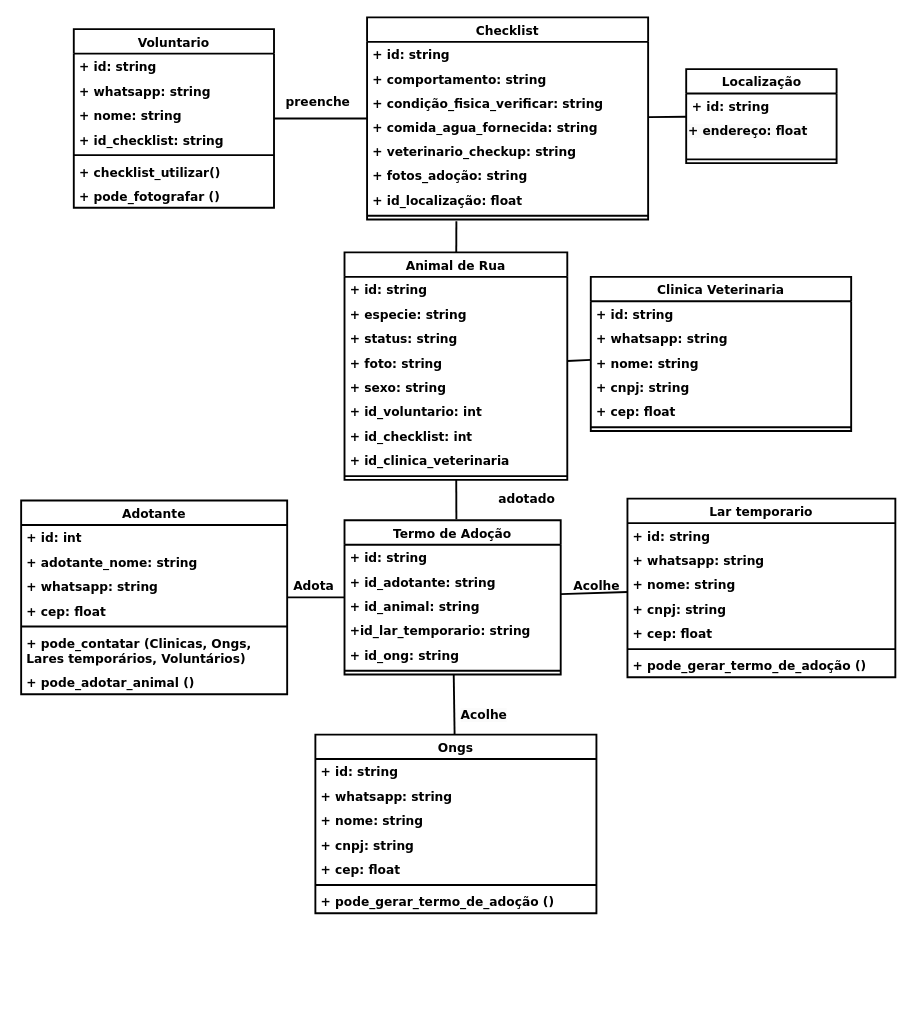
Before: Diagrama classe tcc.drawio in JoaoGans/DRAW.tcc, a draw.io diagram. Source tidied: cells renumbered, new cells numbered last; positions are measured from the earlier drawing's top-left corner, leaving out a move shared by most shapes. Both pictures are drawn from the tidied source at 94%, with x=0, y=0 at pixel (21, 17).
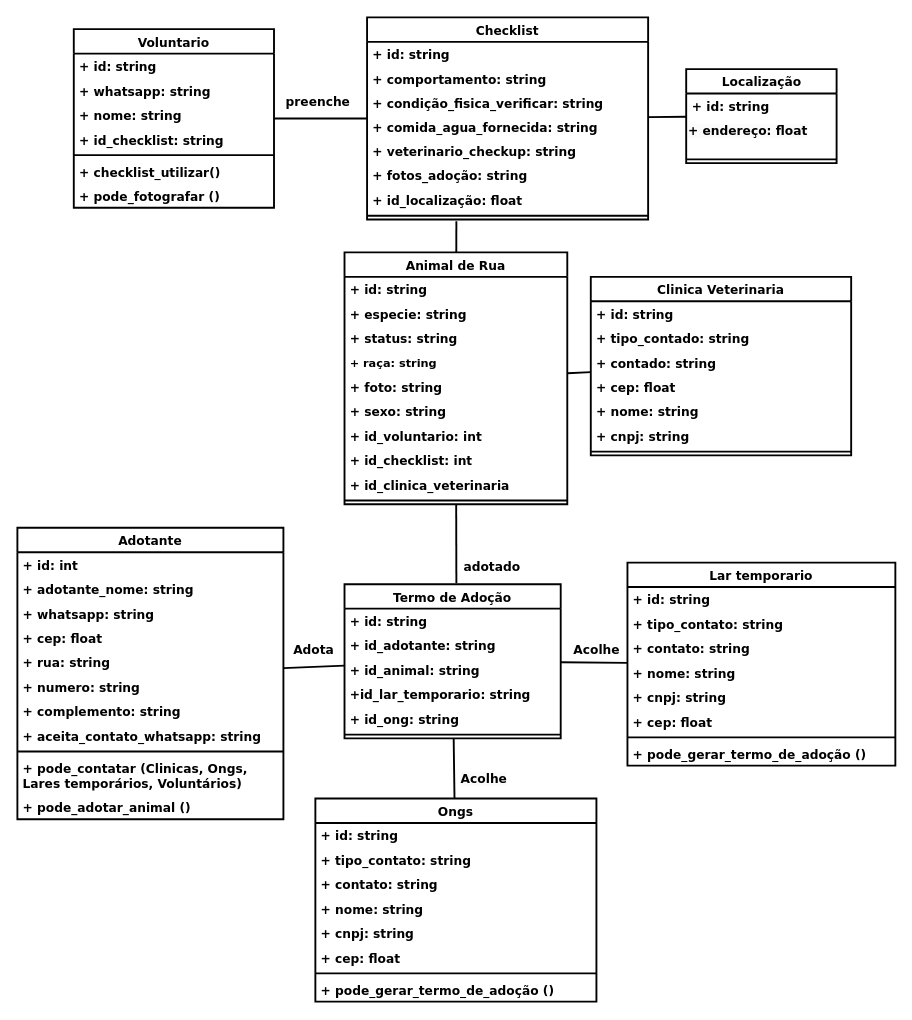
The same page after the edit.

What changed in the source:
```diff
@@
     <mxCell id="23" value="Animal de Rua" style="swimlane;fontStyle=1;align=center;verticalAlign=top;horizontal=1;startSize=26;whiteSpace=wrap;html=1;shadow=0;strokeWidth=2;fontFamily=Verdana;fontSize=13;" parent="1" vertex="1">
-      <mxGeometry x="344" y="250" width="237" height="242" as="geometry" />
+      <mxGeometry x="344" y="250" width="237" height="268" as="geometry" />
     </mxCell>
@@
+    <mxCell id="84" value="&lt;font face=&quot;Verdana&quot;&gt;&lt;b&gt;+ raça: string&lt;/b&gt;&lt;/font&gt;" style="text;strokeColor=none;fillColor=none;align=left;verticalAlign=top;spacingLeft=4;spacingRight=4;overflow=hidden;whiteSpace=wrap;html=1;" parent="23" vertex="1">
+      <mxGeometry y="104" width="237" height="26" as="geometry" />
+    </mxCell>
     <mxCell id="27" value="+ foto: string" style="text;align=left;verticalAlign=top;spacingLeft=4;spacingRight=4;overflow=hidden;whiteSpace=wrap;html=1;shadow=0;strokeWidth=2;fontFamily=Verdana;fontSize=13;fontStyle=1;" parent="23" vertex="1">
-      <mxGeometry y="104" width="237" height="26" as="geometry" />
+      <mxGeometry y="130" width="237" height="26" as="geometry" />
     </mxCell>
     <mxCell id="28" value="+ sexo: string" style="text;align=left;verticalAlign=top;spacingLeft=4;spacingRight=4;overflow=hidden;whiteSpace=wrap;html=1;shadow=0;strokeWidth=2;fontFamily=Verdana;fontSize=13;fontStyle=1;" parent="23" vertex="1">
-      <mxGeometry y="130" width="237" height="26" as="geometry" />
+      <mxGeometry y="156" width="237" height="26" as="geometry" />
     </mxCell>
     <mxCell id="29" value="+ id_voluntario: int" style="text;align=left;verticalAlign=top;spacingLeft=4;spacingRight=4;overflow=hidden;whiteSpace=wrap;html=1;shadow=0;strokeWidth=2;fontFamily=Verdana;fontSize=13;fontStyle=1;" parent="23" vertex="1">
-      <mxGeometry y="156" width="237" height="26" as="geometry" />
+      <mxGeometry y="182" width="237" height="26" as="geometry" />
     </mxCell>
     <mxCell id="30" value="+ id_checklist: int" style="text;align=left;verticalAlign=top;spacingLeft=4;spacingRight=4;overflow=hidden;whiteSpace=wrap;html=1;shadow=0;strokeWidth=2;fontFamily=Verdana;fontSize=13;fontStyle=1;" parent="23" vertex="1">
-      <mxGeometry y="182" width="237" height="26" as="geometry" />
+      <mxGeometry y="208" width="237" height="26" as="geometry" />
     </mxCell>
     <mxCell id="31" value="+ id_clinica_veterinaria" style="text;align=left;verticalAlign=top;spacingLeft=4;spacingRight=4;overflow=hidden;whiteSpace=wrap;html=1;shadow=0;strokeWidth=2;fontFamily=Verdana;fontSize=13;fontStyle=1;" parent="23" vertex="1">
-      <mxGeometry y="208" width="237" height="26" as="geometry" />
+      <mxGeometry y="234" width="237" height="26" as="geometry" />
     </mxCell>
     <mxCell id="32" style="line;strokeWidth=2;align=left;verticalAlign=middle;spacingTop=-1;spacingLeft=3;spacingRight=3;labelPosition=right;shadow=0;fontFamily=Verdana;fontSize=13;fontStyle=1;" parent="23" vertex="1">
-      <mxGeometry y="234" width="237" height="8" as="geometry" />
+      <mxGeometry y="260" width="237" height="8" as="geometry" />
     </mxCell>
     <mxCell id="33" value="Clinica Veterinaria" style="swimlane;fontStyle=1;align=center;verticalAlign=top;horizontal=1;startSize=26;whiteSpace=wrap;html=1;shadow=0;strokeWidth=2;fontFamily=Verdana;fontSize=13;" parent="1" vertex="1">
-      <mxGeometry x="606" y="276" width="277" height="164" as="geometry" />
+      <mxGeometry x="606" y="276" width="277" height="190" as="geometry" />
     </mxCell>
@@
+    <mxCell id="85" value="+ tipo_contado: string" style="text;align=left;verticalAlign=top;spacingLeft=4;spacingRight=4;overflow=hidden;whiteSpace=wrap;html=1;shadow=0;strokeWidth=2;fontFamily=Verdana;fontSize=13;fontStyle=1;" parent="33" vertex="1">
+      <mxGeometry y="52" width="277" height="26" as="geometry" />
+    </mxCell>
-    <mxCell id="35" value="+ whatsapp: string" style="text;align=left;verticalAlign=top;spacingLeft=4;spacingRight=4;overflow=hidden;whiteSpace=wrap;html=1;shadow=0;strokeWidth=2;fontFamily=Verdana;fontSize=13;fontStyle=1;" parent="33" vertex="1">
-      <mxGeometry y="52" width="277" height="26" as="geometry" />
+    <mxCell id="35" value="+ contado: string" style="text;align=left;verticalAlign=top;spacingLeft=4;spacingRight=4;overflow=hidden;whiteSpace=wrap;html=1;shadow=0;strokeWidth=2;fontFamily=Verdana;fontSize=13;fontStyle=1;" parent="33" vertex="1">
+      <mxGeometry y="78" width="277" height="26" as="geometry" />
     </mxCell>
+    <mxCell id="38" value="+ cep: float" style="text;align=left;verticalAlign=top;spacingLeft=4;spacingRight=4;overflow=hidden;whiteSpace=wrap;html=1;shadow=0;strokeWidth=2;fontFamily=Verdana;fontSize=13;fontStyle=1;" parent="33" vertex="1">
+      <mxGeometry y="104" width="277" height="26" as="geometry" />
+    </mxCell>
     <mxCell id="36" value="+ nome: string" style="text;align=left;verticalAlign=top;spacingLeft=4;spacingRight=4;overflow=hidden;whiteSpace=wrap;html=1;shadow=0;strokeWidth=2;fontFamily=Verdana;fontSize=13;fontStyle=1;" parent="33" vertex="1">
-      <mxGeometry y="78" width="277" height="26" as="geometry" />
+      <mxGeometry y="130" width="277" height="26" as="geometry" />
     </mxCell>
     <mxCell id="37" value="+ cnpj: string" style="text;align=left;verticalAlign=top;spacingLeft=4;spacingRight=4;overflow=hidden;whiteSpace=wrap;html=1;shadow=0;strokeWidth=2;fontFamily=Verdana;fontSize=13;fontStyle=1;" parent="33" vertex="1">
-      <mxGeometry y="104" width="277" height="26" as="geometry" />
+      <mxGeometry y="156" width="277" height="26" as="geometry" />
     </mxCell>
-    <mxCell id="38" value="+ cep: float" style="text;align=left;verticalAlign=top;spacingLeft=4;spacingRight=4;overflow=hidden;whiteSpace=wrap;html=1;shadow=0;strokeWidth=2;fontFamily=Verdana;fontSize=13;fontStyle=1;" parent="33" vertex="1">
-      <mxGeometry y="130" width="277" height="26" as="geometry" />
-    </mxCell>
     <mxCell id="39" style="line;strokeWidth=2;align=left;verticalAlign=middle;spacingTop=-1;spacingLeft=3;spacingRight=3;labelPosition=right;shadow=0;fontFamily=Verdana;fontSize=13;fontStyle=1;" parent="33" vertex="1">
-      <mxGeometry y="156" width="277" height="8" as="geometry" />
+      <mxGeometry y="182" width="277" height="8" as="geometry" />
     </mxCell>
     <mxCell id="40" value="Termo de Adoção" style="swimlane;fontStyle=1;align=center;verticalAlign=top;horizontal=1;startSize=26;whiteSpace=wrap;html=1;shadow=0;strokeWidth=2;fontFamily=Verdana;fontSize=13;" parent="1" vertex="1">
-      <mxGeometry x="344" y="535" width="230" height="164" as="geometry" />
+      <mxGeometry x="344" y="603" width="230" height="164" as="geometry" />
     </mxCell>
@@
     <mxCell id="47" value="Adotante" style="swimlane;fontStyle=1;align=center;verticalAlign=top;horizontal=1;startSize=26;whiteSpace=wrap;html=1;shadow=0;strokeWidth=2;fontFamily=Verdana;fontSize=13;" parent="1" vertex="1">
-      <mxGeometry y="514" width="283" height="206" as="geometry" />
+      <mxGeometry x="-4" y="543" width="283" height="310" as="geometry" />
     </mxCell>
@@
+    <mxCell id="86" value="+ rua: string" style="text;align=left;verticalAlign=top;spacingLeft=4;spacingRight=4;overflow=hidden;whiteSpace=wrap;html=1;shadow=0;strokeWidth=2;fontFamily=Verdana;fontSize=13;fontStyle=1;" parent="47" vertex="1">
+      <mxGeometry y="130" width="283" height="26" as="geometry" />
+    </mxCell>
+    <mxCell id="87" value="+ numero: string" style="text;align=left;verticalAlign=top;spacingLeft=4;spacingRight=4;overflow=hidden;whiteSpace=wrap;html=1;shadow=0;strokeWidth=2;fontFamily=Verdana;fontSize=13;fontStyle=1;" parent="47" vertex="1">
+      <mxGeometry y="156" width="283" height="26" as="geometry" />
+    </mxCell>
+    <mxCell id="88" value="+ complemento: string" style="text;align=left;verticalAlign=top;spacingLeft=4;spacingRight=4;overflow=hidden;whiteSpace=wrap;html=1;shadow=0;strokeWidth=2;fontFamily=Verdana;fontSize=13;fontStyle=1;" parent="47" vertex="1">
+      <mxGeometry y="182" width="283" height="26" as="geometry" />
+    </mxCell>
+    <mxCell id="89" value="+ aceita_contato_whatsapp: string" style="text;align=left;verticalAlign=top;spacingLeft=4;spacingRight=4;overflow=hidden;whiteSpace=wrap;html=1;shadow=0;strokeWidth=2;fontFamily=Verdana;fontSize=13;fontStyle=1;" parent="47" vertex="1">
+      <mxGeometry y="208" width="283" height="26" as="geometry" />
+    </mxCell>
     <mxCell id="52" style="line;strokeWidth=2;align=left;verticalAlign=middle;spacingTop=-1;spacingLeft=3;spacingRight=3;labelPosition=right;shadow=0;fontFamily=Verdana;fontSize=13;fontStyle=1;" parent="47" vertex="1">
-      <mxGeometry y="130" width="283" height="8" as="geometry" />
+      <mxGeometry y="234" width="283" height="8" as="geometry" />
     </mxCell>
     <mxCell id="53" value="+ pode_contatar (Clinicas, Ongs, Lares temporários, Voluntários)" style="text;align=left;verticalAlign=top;spacingLeft=4;spacingRight=4;overflow=hidden;whiteSpace=wrap;html=1;shadow=0;strokeWidth=2;fontFamily=Verdana;fontSize=13;fontStyle=1;" parent="47" vertex="1">
-      <mxGeometry y="138" width="283" height="42" as="geometry" />
+      <mxGeometry y="242" width="283" height="42" as="geometry" />
     </mxCell>
     <mxCell id="54" value="+ pode_adotar_animal ()" style="text;align=left;verticalAlign=top;spacingLeft=4;spacingRight=4;overflow=hidden;whiteSpace=wrap;html=1;shadow=0;strokeWidth=2;fontFamily=Verdana;fontSize=13;fontStyle=1;" parent="47" vertex="1">
-      <mxGeometry y="180" width="283" height="26" as="geometry" />
+      <mxGeometry y="284" width="283" height="26" as="geometry" />
     </mxCell>
@@
     <mxCell id="59" value="Lar temporario" style="swimlane;fontStyle=1;align=center;verticalAlign=top;horizontal=1;startSize=26;whiteSpace=wrap;html=1;shadow=0;strokeWidth=2;fontFamily=Verdana;fontSize=13;" parent="1" vertex="1">
-      <mxGeometry x="645" y="512" width="285" height="190" as="geometry" />
+      <mxGeometry x="645" y="580" width="285" height="216" as="geometry" />
     </mxCell>
@@
+    <mxCell id="90" value="+ tipo_contato: string" style="text;align=left;verticalAlign=top;spacingLeft=4;spacingRight=4;overflow=hidden;whiteSpace=wrap;html=1;shadow=0;strokeWidth=2;fontFamily=Verdana;fontSize=13;fontStyle=1;" parent="59" vertex="1">
+      <mxGeometry y="52" width="285" height="26" as="geometry" />
+    </mxCell>
-    <mxCell id="61" value="+ whatsapp: string" style="text;align=left;verticalAlign=top;spacingLeft=4;spacingRight=4;overflow=hidden;whiteSpace=wrap;html=1;shadow=0;strokeWidth=2;fontFamily=Verdana;fontSize=13;fontStyle=1;" parent="59" vertex="1">
-      <mxGeometry y="52" width="285" height="26" as="geometry" />
+    <mxCell id="61" value="+ contato: string" style="text;align=left;verticalAlign=top;spacingLeft=4;spacingRight=4;overflow=hidden;whiteSpace=wrap;html=1;shadow=0;strokeWidth=2;fontFamily=Verdana;fontSize=13;fontStyle=1;" parent="59" vertex="1">
+      <mxGeometry y="78" width="285" height="26" as="geometry" />
     </mxCell>
     <mxCell id="62" value="+ nome: string" style="text;align=left;verticalAlign=top;spacingLeft=4;spacingRight=4;overflow=hidden;whiteSpace=wrap;html=1;shadow=0;strokeWidth=2;fontFamily=Verdana;fontSize=13;fontStyle=1;" parent="59" vertex="1">
-      <mxGeometry y="78" width="285" height="26" as="geometry" />
+      <mxGeometry y="104" width="285" height="26" as="geometry" />
     </mxCell>
     <mxCell id="63" value="+ cnpj: string" style="text;align=left;verticalAlign=top;spacingLeft=4;spacingRight=4;overflow=hidden;whiteSpace=wrap;html=1;shadow=0;strokeWidth=2;fontFamily=Verdana;fontSize=13;fontStyle=1;" parent="59" vertex="1">
-      <mxGeometry y="104" width="285" height="26" as="geometry" />
+      <mxGeometry y="130" width="285" height="26" as="geometry" />
     </mxCell>
     <mxCell id="64" value="+ cep: float" style="text;align=left;verticalAlign=top;spacingLeft=4;spacingRight=4;overflow=hidden;whiteSpace=wrap;html=1;shadow=0;strokeWidth=2;fontFamily=Verdana;fontSize=13;fontStyle=1;" parent="59" vertex="1">
-      <mxGeometry y="130" width="285" height="26" as="geometry" />
+      <mxGeometry y="156" width="285" height="26" as="geometry" />
     </mxCell>
     <mxCell id="65" style="line;strokeWidth=2;align=left;verticalAlign=middle;spacingTop=-1;spacingLeft=3;spacingRight=3;labelPosition=right;shadow=0;fontFamily=Verdana;fontSize=13;fontStyle=1;" parent="59" vertex="1">
-      <mxGeometry y="156" width="285" height="8" as="geometry" />
+      <mxGeometry y="182" width="285" height="8" as="geometry" />
     </mxCell>
     <mxCell id="66" value="+ pode_gerar_termo_de_adoção ()" style="text;align=left;verticalAlign=top;spacingLeft=4;spacingRight=4;overflow=hidden;whiteSpace=wrap;html=1;shadow=0;strokeWidth=2;fontFamily=Verdana;fontSize=13;fontStyle=1;" parent="59" vertex="1">
-      <mxGeometry y="164" width="285" height="26" as="geometry" />
+      <mxGeometry y="190" width="285" height="26" as="geometry" />
     </mxCell>
     <mxCell id="67" value="Ongs" style="swimlane;fontStyle=1;align=center;verticalAlign=top;horizontal=1;startSize=26;whiteSpace=wrap;html=1;shadow=0;strokeWidth=2;fontFamily=Verdana;fontSize=13;" parent="1" vertex="1">
-      <mxGeometry x="313" y="763" width="299" height="190" as="geometry" />
+      <mxGeometry x="313" y="831" width="299" height="216" as="geometry" />
     </mxCell>
@@
+    <mxCell id="91" value="+ tipo_contato: string" style="text;align=left;verticalAlign=top;spacingLeft=4;spacingRight=4;overflow=hidden;whiteSpace=wrap;html=1;shadow=0;strokeWidth=2;fontFamily=Verdana;fontSize=13;fontStyle=1;" parent="67" vertex="1">
+      <mxGeometry y="52" width="299" height="26" as="geometry" />
+    </mxCell>
-    <mxCell id="69" value="+ whatsapp: string" style="text;align=left;verticalAlign=top;spacingLeft=4;spacingRight=4;overflow=hidden;whiteSpace=wrap;html=1;shadow=0;strokeWidth=2;fontFamily=Verdana;fontSize=13;fontStyle=1;" parent="67" vertex="1">
-      <mxGeometry y="52" width="299" height="26" as="geometry" />
+    <mxCell id="69" value="+ contato: string" style="text;align=left;verticalAlign=top;spacingLeft=4;spacingRight=4;overflow=hidden;whiteSpace=wrap;html=1;shadow=0;strokeWidth=2;fontFamily=Verdana;fontSize=13;fontStyle=1;" parent="67" vertex="1">
+      <mxGeometry y="78" width="299" height="26" as="geometry" />
     </mxCell>
     <mxCell id="70" value="+ nome: string" style="text;align=left;verticalAlign=top;spacingLeft=4;spacingRight=4;overflow=hidden;whiteSpace=wrap;html=1;shadow=0;strokeWidth=2;fontFamily=Verdana;fontSize=13;fontStyle=1;" parent="67" vertex="1">
-      <mxGeometry y="78" width="299" height="26" as="geometry" />
+      <mxGeometry y="104" width="299" height="26" as="geometry" />
     </mxCell>
     <mxCell id="71" value="+ cnpj: string" style="text;align=left;verticalAlign=top;spacingLeft=4;spacingRight=4;overflow=hidden;whiteSpace=wrap;html=1;shadow=0;strokeWidth=2;fontFamily=Verdana;fontSize=13;fontStyle=1;" parent="67" vertex="1">
-      <mxGeometry y="104" width="299" height="26" as="geometry" />
+      <mxGeometry y="130" width="299" height="26" as="geometry" />
     </mxCell>
     <mxCell id="72" value="+ cep: float" style="text;align=left;verticalAlign=top;spacingLeft=4;spacingRight=4;overflow=hidden;whiteSpace=wrap;html=1;shadow=0;strokeWidth=2;fontFamily=Verdana;fontSize=13;fontStyle=1;" parent="67" vertex="1">
-      <mxGeometry y="130" width="299" height="26" as="geometry" />
+      <mxGeometry y="156" width="299" height="26" as="geometry" />
     </mxCell>
     <mxCell id="73" style="line;strokeWidth=2;align=left;verticalAlign=middle;spacingTop=-1;spacingLeft=3;spacingRight=3;labelPosition=right;shadow=0;fontFamily=Verdana;fontSize=13;fontStyle=1;" parent="67" vertex="1">
-      <mxGeometry y="156" width="299" height="8" as="geometry" />
+      <mxGeometry y="182" width="299" height="8" as="geometry" />
     </mxCell>
     <mxCell id="74" value="+ pode_gerar_termo_de_adoção ()" style="text;align=left;verticalAlign=top;spacingLeft=4;spacingRight=4;overflow=hidden;whiteSpace=wrap;html=1;shadow=0;strokeWidth=2;fontFamily=Verdana;fontSize=13;fontStyle=1;" parent="67" vertex="1">
-      <mxGeometry y="164" width="299" height="26" as="geometry" />
+      <mxGeometry y="190" width="299" height="26" as="geometry" />
     </mxCell>
@@
     <mxCell id="78" style="endArrow=none;html=1;rounded=0;shadow=0;strokeWidth=2;fontFamily=Verdana;fontSize=13;fontStyle=1;" parent="1" edge="1" source="23">
       <mxGeometry relative="1" as="geometry">
-        <mxPoint x="463" y="534" as="targetPoint" />
+        <mxPoint x="463" y="602" as="targetPoint" />
       </mxGeometry>
     </mxCell>
     <mxCell id="79" value="Adota" style="text;html=1;align=center;verticalAlign=middle;shadow=0;strokeWidth=2;fontFamily=Verdana;fontSize=13;fontStyle=1;" parent="1" vertex="1">
-      <mxGeometry x="283" y="591" width="56" height="28" as="geometry" />
+      <mxGeometry x="283" y="659" width="56" height="28" as="geometry" />
     </mxCell>
     <mxCell id="80" value="Acolhe" style="text;html=1;align=center;verticalAlign=middle;shadow=0;strokeWidth=2;fontFamily=Verdana;fontSize=13;fontStyle=1;" parent="1" vertex="1">
-      <mxGeometry x="581" y="591" width="61" height="28" as="geometry" />
+      <mxGeometry x="581" y="659" width="61" height="28" as="geometry" />
     </mxCell>
     <mxCell id="81" value="&lt;span style=&quot;color: rgb(0, 0, 0); font-size: 13px; font-style: normal; font-variant-ligatures: normal; font-variant-caps: normal; letter-spacing: normal; orphans: 2; text-align: center; text-indent: 0px; text-transform: none; widows: 2; word-spacing: 0px; -webkit-text-stroke-width: 0px; white-space: nowrap; background-color: rgb(251, 251, 251); text-decoration-thickness: initial; text-decoration-style: initial; text-decoration-color: initial; float: none; display: inline !important;&quot;&gt;Acolhe&lt;/span&gt;" style="text;whiteSpace=wrap;html=1;shadow=0;strokeWidth=2;fontFamily=Verdana;fontSize=13;fontStyle=1;" parent="1" vertex="1">
-      <mxGeometry x="466" y="728" width="70" height="40" as="geometry" />
+      <mxGeometry x="466" y="796" width="70" height="40" as="geometry" />
     </mxCell>
     <mxCell id="82" value="&lt;div style=&quot;text-align: center; font-size: 13px;&quot;&gt;&lt;span style=&quot;background-color: initial; text-wrap: nowrap; font-size: 13px;&quot;&gt;adotado&lt;/span&gt;&lt;/div&gt;" style="text;whiteSpace=wrap;html=1;shadow=0;strokeWidth=2;fontFamily=Verdana;fontSize=13;fontStyle=1;" parent="1" vertex="1">
-      <mxGeometry x="506" y="498" width="70" height="40" as="geometry" />
+      <mxGeometry x="469" y="570" width="70" height="40" as="geometry" />
     </mxCell>
```
